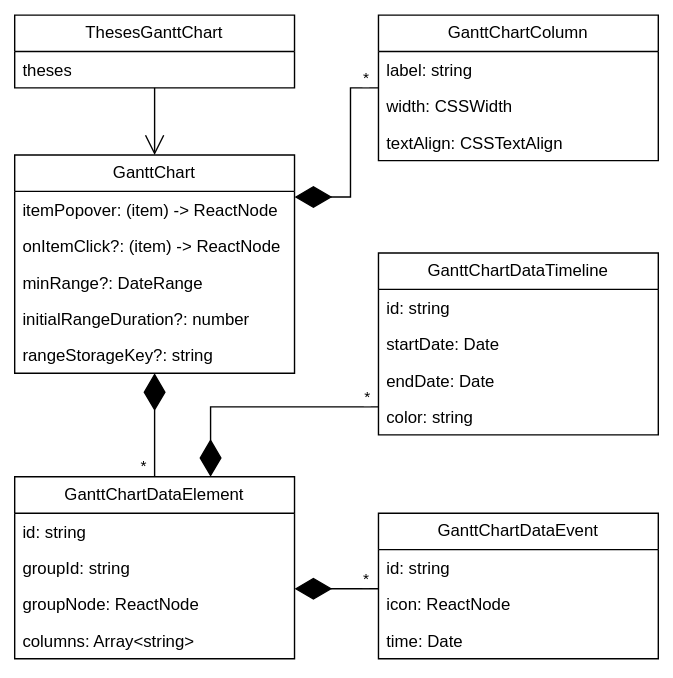
Earlier version of the draw.io export reusable-gantt-chart-interface.svg (fabian-emilius/bachelor-thesis-charts). Source tidied: cells renumbered, new cells last; positions are measured from the earlier drawing's top-left corner, leaving out a move shared by most shapes.
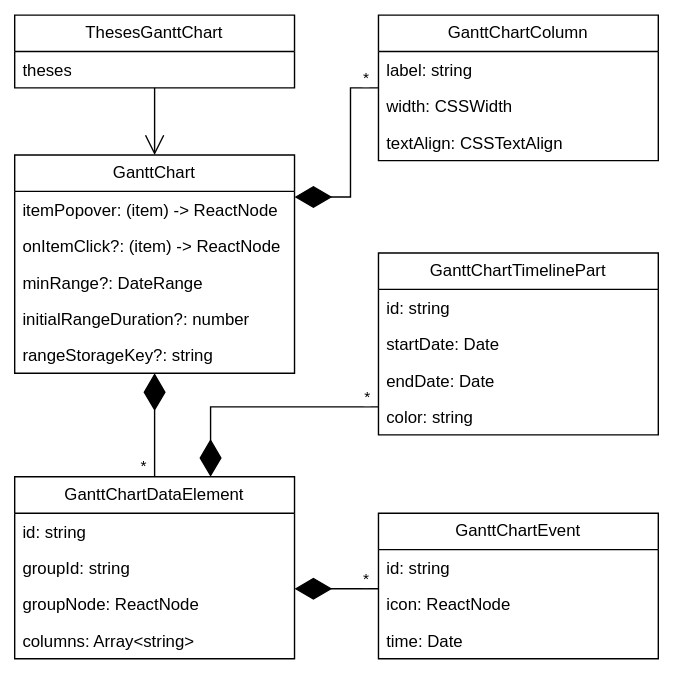
Above is the later version.

What changed in the source:
```diff
@@ -47,7 +47,7 @@
     <mxCell id="16" value="columns: Array&amp;lt;string&amp;gt;" style="text;strokeColor=none;fillColor=none;align=left;verticalAlign=top;spacingLeft=4;spacingRight=4;overflow=hidden;whiteSpace=wrap;html=1;" parent="12" vertex="1">
       <mxGeometry y="104" width="200" height="26" as="geometry" />
     </mxCell>
-    <mxCell id="17" value="GanttChartDataTimeline" style="swimlane;fontStyle=0;horizontal=1;startSize=26;fillColor=none;whiteSpace=wrap;html=1;" parent="1" vertex="1">
+    <mxCell id="17" value="GanttChartTimelinePart" style="swimlane;fontStyle=0;horizontal=1;startSize=26;fillColor=none;whiteSpace=wrap;html=1;" parent="1" vertex="1">
       <mxGeometry x="260" y="170" width="200" height="130" as="geometry" />
     </mxCell>
     <mxCell id="18" value="id: string" style="text;strokeColor=none;fillColor=none;align=left;verticalAlign=top;spacingLeft=4;spacingRight=4;overflow=hidden;whiteSpace=wrap;html=1;" parent="17" vertex="1">
@@ -62,7 +62,7 @@
     <mxCell id="21" value="color: string" style="text;strokeColor=none;fillColor=none;align=left;verticalAlign=top;spacingLeft=4;spacingRight=4;overflow=hidden;whiteSpace=wrap;html=1;" parent="17" vertex="1">
       <mxGeometry y="104" width="200" height="26" as="geometry" />
     </mxCell>
-    <mxCell id="22" value="GanttChartDataEvent" style="swimlane;fontStyle=0;horizontal=1;startSize=26;fillColor=none;whiteSpace=wrap;html=1;" parent="1" vertex="1">
+    <mxCell id="22" value="GanttChart&lt;span style=&quot;background-color: initial;&quot;&gt;Event&lt;/span&gt;" style="swimlane;fontStyle=0;horizontal=1;startSize=26;fillColor=none;whiteSpace=wrap;html=1;" parent="1" vertex="1">
       <mxGeometry x="260" y="356" width="200" height="104" as="geometry" />
     </mxCell>
     <mxCell id="23" value="id: string" style="text;strokeColor=none;fillColor=none;align=left;verticalAlign=top;spacingLeft=4;spacingRight=4;overflow=hidden;whiteSpace=wrap;html=1;" parent="22" vertex="1">
```
